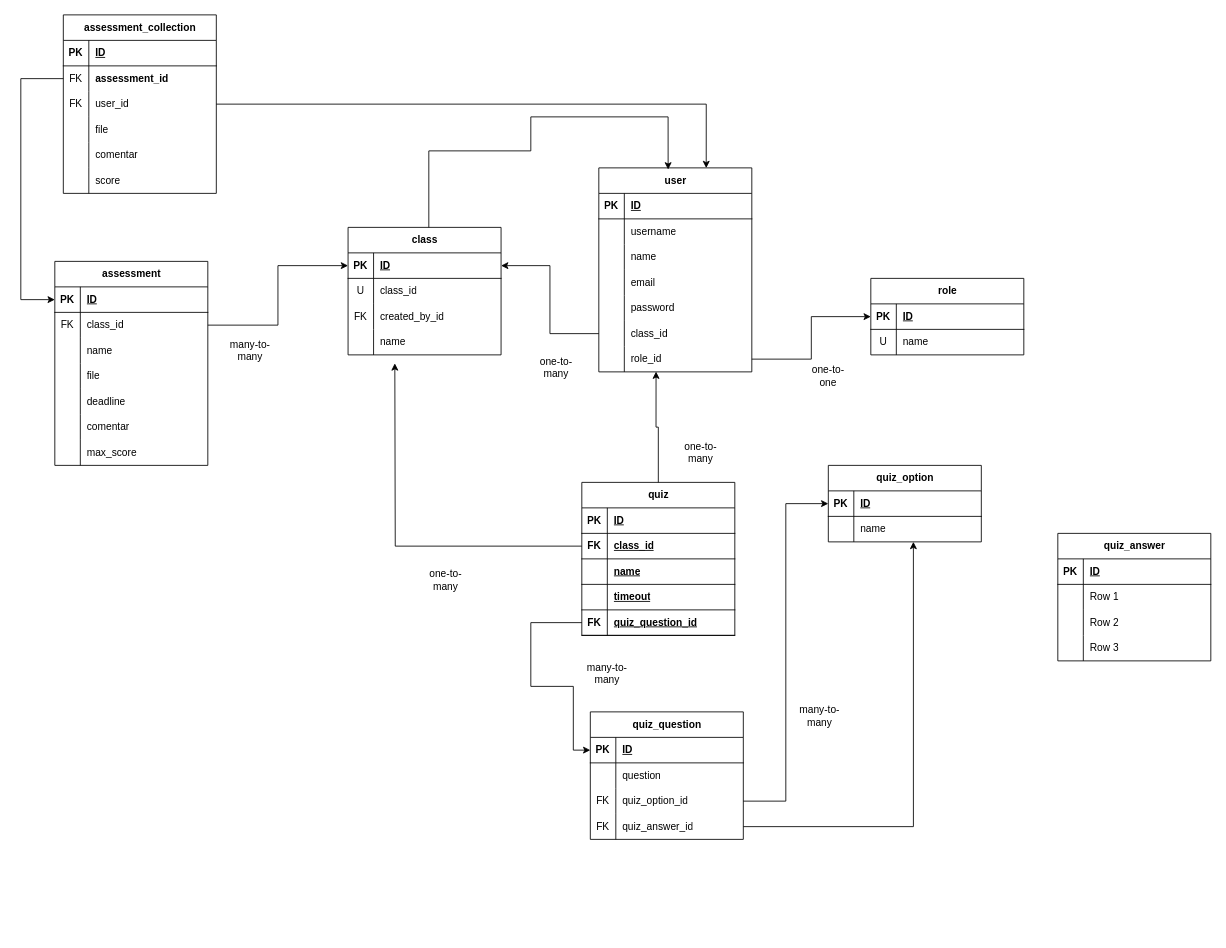
Earlier version of the draw.io diagram docs/relationship.drawio (alf4ridzi/edukarsa). Source tidied: cells renumbered, new cells numbered last; positions are measured from the earlier drawing's top-left corner, leaving out a move shared by most shapes. Both pictures are drawn from the tidied source at 85%, with x=0, y=0 at pixel (20, 14).
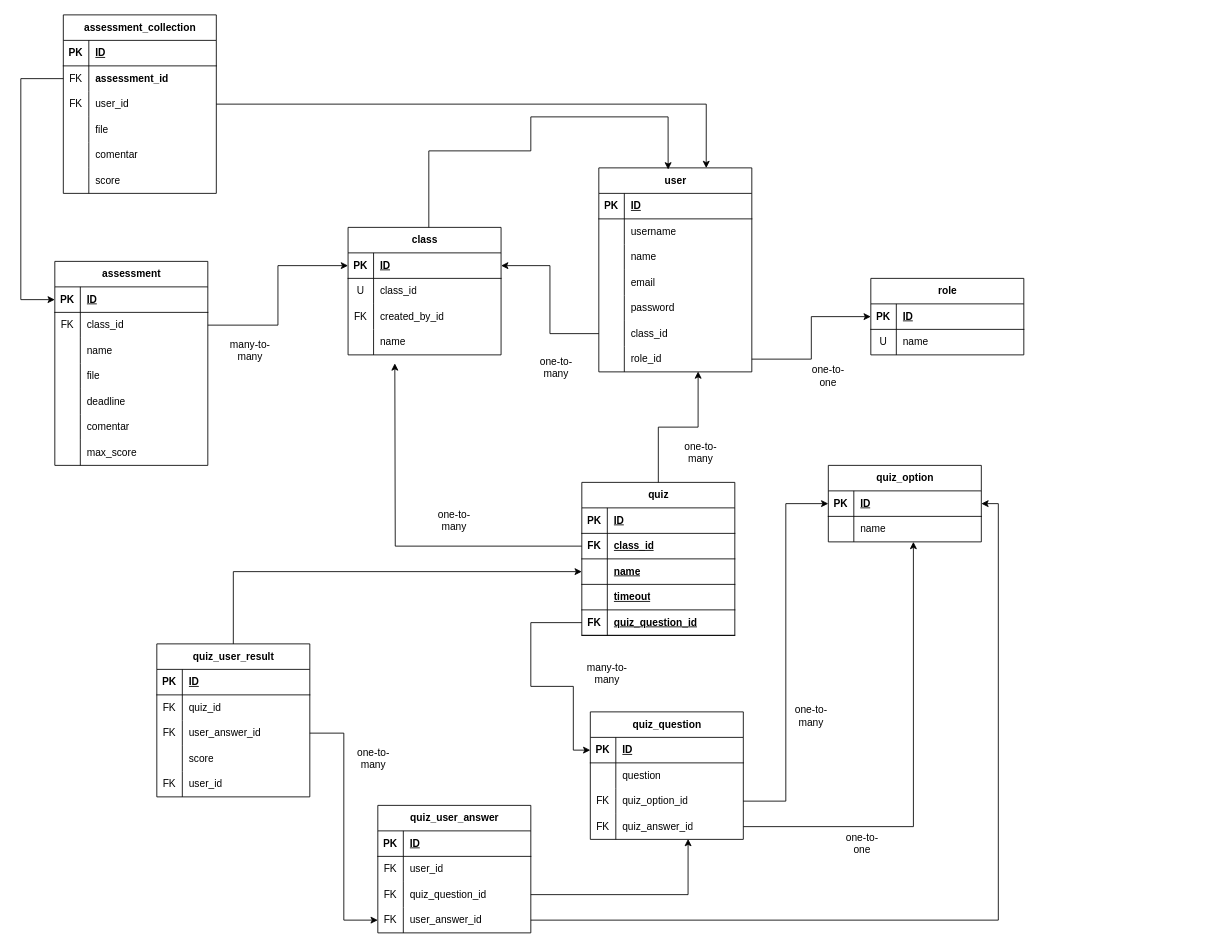
Above is the later version.

Commit message (it also covers changes not shown here):
quiz relationship

Unchanged cells that the change refers to:
```xml
<mxCell id="21" style="shape=tableRow;horizontal=0;startSize=0;swimlaneHead=0;swimlaneBody=0;fillColor=none;points=[[0,0.5],[1,0.5]];portConstraint=eastwest;top=0;left=0;right=0;bottom=0;" parent="2" vertex="1">
  <mxGeometry y="210" width="180" height="30" as="geometry" />
</mxCell>
<mxCell id="74" value="quiz" style="shape=table;startSize=30;childLayout=tableLayout;rowLines=0;fontStyle=1;align=center;html=1;" parent="1" vertex="1">
  <mxGeometry x="660" y="550" width="180" height="180" as="geometry" />
</mxCell>
<mxCell id="81" style="shape=tableRow;horizontal=0;startSize=0;swimlaneHead=0;swimlaneBody=0;fillColor=none;points=[[0,0.5],[1,0.5]];portConstraint=eastwest;top=0;left=0;right=0;bottom=1;" parent="74" vertex="1">
  <mxGeometry y="90" width="180" height="30" as="geometry" />
</mxCell>
<mxCell id="91" style="shape=tableRow;horizontal=0;startSize=0;swimlaneHead=0;swimlaneBody=0;fillColor=none;points=[[0,0.5],[1,0.5]];portConstraint=eastwest;top=0;left=0;right=0;bottom=1;" parent="90" vertex="1">
  <mxGeometry y="30" width="180" height="30" as="geometry" />
</mxCell>
<mxCell id="128" style="shape=tableRow;horizontal=0;startSize=0;swimlaneHead=0;swimlaneBody=0;fillColor=none;top=0;left=0;right=0;bottom=0;" parent="124" vertex="1">
  <mxGeometry y="60" width="180" height="30" as="geometry" />
</mxCell>
<mxCell id="131" style="shape=tableRow;horizontal=0;startSize=0;swimlaneHead=0;swimlaneBody=0;fillColor=none;points=[[0,0.5],[1,0.5]];portConstraint=eastwest;top=0;left=0;right=0;bottom=0;" parent="124" vertex="1">
  <mxGeometry y="90" width="180" height="30" as="geometry" />
</mxCell>
<mxCell id="134" style="shape=tableRow;horizontal=0;startSize=0;swimlaneHead=0;swimlaneBody=0;fillColor=none;points=[[0,0.5],[1,0.5]];portConstraint=eastwest;top=0;left=0;right=0;bottom=0;" parent="124" vertex="1">
  <mxGeometry y="120" width="180" height="30" as="geometry" />
</mxCell>
<mxCell id="148" style="shape=tableRow;horizontal=0;startSize=0;swimlaneHead=0;swimlaneBody=0;fillColor=none;points=[[0,0.5],[1,0.5]];portConstraint=eastwest;top=0;left=0;right=0;bottom=0;" parent="138" vertex="1">
  <mxGeometry y="120" width="180" height="30" as="geometry" />
</mxCell>
```

Change to the diagram source:
```diff
@@
-    <mxCell id="98" style="edgeStyle=orthogonalEdgeStyle;rounded=0;jettySize=auto;html=1;entryX=0.374;entryY=0.989;entryDx=0;entryDy=0;entryPerimeter=0;" parent="1" edge="1" source="74" target="21">
-      <mxGeometry relative="1" as="geometry" />
-    </mxCell>
@@
     <mxCell id="100" value="one-to-many" style="text;html=1;whiteSpace=wrap;strokeColor=none;fillColor=none;align=center;verticalAlign=middle;rounded=0;" parent="1" vertex="1">
-      <mxGeometry x="470" y="650" width="60" height="30" as="geometry" />
+      <mxGeometry x="480" y="580" width="60" height="30" as="geometry" />
     </mxCell>
@@
-    <mxCell id="124" value="quiz_answer" style="shape=table;startSize=30;childLayout=tableLayout;rowLines=0;fontStyle=1;align=center;html=1;" parent="1" vertex="1">
-      <mxGeometry x="1220" y="610" width="180" height="150" as="geometry" />
+    <mxCell id="124" value="quiz_user_answer" style="shape=table;startSize=30;childLayout=tableLayout;rowLines=0;fontStyle=1;align=center;html=1;" parent="1" vertex="1">
+      <mxGeometry x="420" y="930" width="180" height="150" as="geometry" />
     </mxCell>
@@
-    <mxCell id="129" style="shape=partialRectangle;fillColor=none;top=0;left=0;bottom=0;right=0;overflow=hidden;whiteSpace=wrap;html=1;" parent="128" vertex="1">
+    <mxCell id="129" value="FK" style="shape=partialRectangle;fillColor=none;top=0;left=0;bottom=0;right=0;overflow=hidden;whiteSpace=wrap;html=1;" parent="128" vertex="1">
       <mxGeometry width="30" height="30" as="geometry" />
     </mxCell>
-    <mxCell id="130" value="Row 1" style="shape=partialRectangle;fillColor=none;top=0;left=0;bottom=0;right=0;align=left;spacingLeft=6;overflow=hidden;whiteSpace=wrap;html=1;" parent="128" vertex="1">
+    <mxCell id="130" value="user_id" style="shape=partialRectangle;fillColor=none;top=0;left=0;bottom=0;right=0;align=left;spacingLeft=6;overflow=hidden;whiteSpace=wrap;html=1;" parent="128" vertex="1">
       <mxGeometry x="30" width="150" height="30" as="geometry" />
     </mxCell>
@@
-    <mxCell id="132" style="shape=partialRectangle;fillColor=none;top=0;left=0;bottom=0;right=0;overflow=hidden;whiteSpace=wrap;html=1;" parent="131" vertex="1">
+    <mxCell id="132" value="FK" style="shape=partialRectangle;fillColor=none;top=0;left=0;bottom=0;right=0;overflow=hidden;whiteSpace=wrap;html=1;" parent="131" vertex="1">
       <mxGeometry width="30" height="30" as="geometry" />
     </mxCell>
-    <mxCell id="133" value="Row 2" style="shape=partialRectangle;fillColor=none;top=0;left=0;bottom=0;right=0;align=left;spacingLeft=6;overflow=hidden;whiteSpace=wrap;html=1;" parent="131" vertex="1">
+    <mxCell id="133" value="quiz_question_id" style="shape=partialRectangle;fillColor=none;top=0;left=0;bottom=0;right=0;align=left;spacingLeft=6;overflow=hidden;whiteSpace=wrap;html=1;" parent="131" vertex="1">
       <mxGeometry x="30" width="150" height="30" as="geometry" />
     </mxCell>
@@
-    <mxCell id="135" style="shape=partialRectangle;fillColor=none;top=0;left=0;bottom=0;right=0;overflow=hidden;whiteSpace=wrap;html=1;" parent="134" vertex="1">
+    <mxCell id="135" value="FK" style="shape=partialRectangle;fillColor=none;top=0;left=0;bottom=0;right=0;overflow=hidden;whiteSpace=wrap;html=1;" parent="134" vertex="1">
       <mxGeometry width="30" height="30" as="geometry" />
     </mxCell>
-    <mxCell id="136" value="Row 3" style="shape=partialRectangle;fillColor=none;top=0;left=0;bottom=0;right=0;align=left;spacingLeft=6;overflow=hidden;whiteSpace=wrap;html=1;" parent="134" vertex="1">
+    <mxCell id="136" value="user_answer_id" style="shape=partialRectangle;fillColor=none;top=0;left=0;bottom=0;right=0;align=left;spacingLeft=6;overflow=hidden;whiteSpace=wrap;html=1;" parent="134" vertex="1">
       <mxGeometry x="30" width="150" height="30" as="geometry" />
     </mxCell>
@@
-    <mxCell id="152" value="many-to-many" style="text;html=1;whiteSpace=wrap;strokeColor=none;fillColor=none;align=center;verticalAlign=middle;rounded=0;" parent="1" vertex="1">
-      <mxGeometry x="910" y="810" width="60" height="30" as="geometry" />
+    <mxCell id="152" value="one-to-many" style="text;html=1;whiteSpace=wrap;strokeColor=none;fillColor=none;align=center;verticalAlign=middle;rounded=0;" parent="1" vertex="1">
+      <mxGeometry x="900" y="810" width="60" height="30" as="geometry" />
     </mxCell>
@@
+    <mxCell id="156" style="edgeStyle=orthogonalEdgeStyle;rounded=0;jettySize=auto;html=1;entryX=0.639;entryY=0.983;entryDx=0;entryDy=0;entryPerimeter=0;" parent="1" edge="1" source="131" target="148">
+      <mxGeometry relative="1" as="geometry" />
+    </mxCell>
+    <mxCell id="157" value="one-to-one" style="text;html=1;whiteSpace=wrap;strokeColor=none;fillColor=none;align=center;verticalAlign=middle;rounded=0;" parent="1" vertex="1">
+      <mxGeometry x="960" y="960" width="60" height="30" as="geometry" />
+    </mxCell>
+    <mxCell id="158" style="edgeStyle=orthogonalEdgeStyle;rounded=0;jettySize=auto;html=1;entryX=1;entryY=0.5;entryDx=0;entryDy=0;" parent="1" edge="1" source="134" target="91">
+      <mxGeometry relative="1" as="geometry" />
+    </mxCell>
+    <mxCell id="159" style="edgeStyle=orthogonalEdgeStyle;rounded=0;jettySize=auto;html=1;entryX=0;entryY=0.5;entryDx=0;entryDy=0;" parent="1" edge="1" source="160" target="81">
+      <mxGeometry relative="1" as="geometry" />
+    </mxCell>
+    <mxCell id="160" value="quiz_user_result" style="shape=table;startSize=30;childLayout=tableLayout;rowLines=0;fontStyle=1;align=center;html=1;" parent="1" vertex="1">
+      <mxGeometry x="160" y="740" width="180" height="180" as="geometry" />
+    </mxCell>
+    <mxCell id="161" style="shape=tableRow;horizontal=0;startSize=0;swimlaneHead=0;swimlaneBody=0;fillColor=none;top=0;left=0;right=0;bottom=1;" parent="160" vertex="1">
+      <mxGeometry y="30" width="180" height="30" as="geometry" />
+    </mxCell>
+    <mxCell id="162" value="PK" style="shape=partialRectangle;fillColor=none;top=0;left=0;bottom=0;right=0;fontStyle=1;overflow=hidden;whiteSpace=wrap;html=1;" parent="161" vertex="1">
+      <mxGeometry width="30" height="30" as="geometry" />
+    </mxCell>
+    <mxCell id="163" value="ID" style="shape=partialRectangle;fillColor=none;top=0;left=0;bottom=0;right=0;align=left;spacingLeft=6;fontStyle=5;overflow=hidden;whiteSpace=wrap;html=1;" parent="161" vertex="1">
+      <mxGeometry x="30" width="150" height="30" as="geometry" />
+    </mxCell>
+    <mxCell id="164" style="shape=tableRow;horizontal=0;startSize=0;swimlaneHead=0;swimlaneBody=0;fillColor=none;top=0;left=0;right=0;bottom=0;" parent="160" vertex="1">
+      <mxGeometry y="60" width="180" height="30" as="geometry" />
+    </mxCell>
+    <mxCell id="165" value="FK" style="shape=partialRectangle;fillColor=none;top=0;left=0;bottom=0;right=0;overflow=hidden;whiteSpace=wrap;html=1;" parent="164" vertex="1">
+      <mxGeometry width="30" height="30" as="geometry" />
+    </mxCell>
+    <mxCell id="166" value="quiz_id" style="shape=partialRectangle;fillColor=none;top=0;left=0;bottom=0;right=0;align=left;spacingLeft=6;overflow=hidden;whiteSpace=wrap;html=1;" parent="164" vertex="1">
+      <mxGeometry x="30" width="150" height="30" as="geometry" />
+    </mxCell>
+    <mxCell id="167" style="shape=tableRow;horizontal=0;startSize=0;swimlaneHead=0;swimlaneBody=0;fillColor=none;points=[[0,0.5],[1,0.5]];portConstraint=eastwest;top=0;left=0;right=0;bottom=0;" parent="160" vertex="1">
+      <mxGeometry y="90" width="180" height="30" as="geometry" />
+    </mxCell>
+    <mxCell id="168" value="FK" style="shape=partialRectangle;fillColor=none;top=0;left=0;bottom=0;right=0;overflow=hidden;whiteSpace=wrap;html=1;" parent="167" vertex="1">
+      <mxGeometry width="30" height="30" as="geometry" />
+    </mxCell>
+    <mxCell id="169" value="user_answer_id" style="shape=partialRectangle;fillColor=none;top=0;left=0;bottom=0;right=0;align=left;spacingLeft=6;overflow=hidden;whiteSpace=wrap;html=1;" parent="167" vertex="1">
+      <mxGeometry x="30" width="150" height="30" as="geometry" />
+    </mxCell>
+    <mxCell id="170" style="shape=tableRow;horizontal=0;startSize=0;swimlaneHead=0;swimlaneBody=0;fillColor=none;top=0;left=0;right=0;bottom=0;" parent="160" vertex="1">
+      <mxGeometry y="120" width="180" height="30" as="geometry" />
+    </mxCell>
+    <mxCell id="171" style="shape=partialRectangle;fillColor=none;top=0;left=0;bottom=0;right=0;overflow=hidden;whiteSpace=wrap;html=1;" parent="170" vertex="1">
+      <mxGeometry width="30" height="30" as="geometry" />
+    </mxCell>
+    <mxCell id="172" value="score" style="shape=partialRectangle;fillColor=none;top=0;left=0;bottom=0;right=0;align=left;spacingLeft=6;overflow=hidden;whiteSpace=wrap;html=1;" parent="170" vertex="1">
+      <mxGeometry x="30" width="150" height="30" as="geometry" />
+    </mxCell>
+    <mxCell id="173" style="shape=tableRow;horizontal=0;startSize=0;swimlaneHead=0;swimlaneBody=0;fillColor=none;top=0;left=0;right=0;bottom=0;" parent="160" vertex="1">
+      <mxGeometry y="150" width="180" height="30" as="geometry" />
+    </mxCell>
+    <mxCell id="174" value="FK" style="shape=partialRectangle;fillColor=none;top=0;left=0;bottom=0;right=0;overflow=hidden;whiteSpace=wrap;html=1;" parent="173" vertex="1">
+      <mxGeometry width="30" height="30" as="geometry" />
+    </mxCell>
+    <mxCell id="175" value="user_id" style="shape=partialRectangle;fillColor=none;top=0;left=0;bottom=0;right=0;align=left;spacingLeft=6;overflow=hidden;whiteSpace=wrap;html=1;" parent="173" vertex="1">
+      <mxGeometry x="30" width="150" height="30" as="geometry" />
+    </mxCell>
+    <mxCell id="176" style="edgeStyle=orthogonalEdgeStyle;rounded=0;jettySize=auto;html=1;entryX=0;entryY=0.5;entryDx=0;entryDy=0;" parent="1" edge="1" source="167" target="134">
+      <mxGeometry relative="1" as="geometry" />
+    </mxCell>
+    <mxCell id="177" value="one-to-many" style="text;html=1;whiteSpace=wrap;strokeColor=none;fillColor=none;align=center;verticalAlign=middle;rounded=0;" parent="1" vertex="1">
+      <mxGeometry x="385" y="860" width="60" height="30" as="geometry" />
+    </mxCell>
+    <mxCell id="98" style="edgeStyle=orthogonalEdgeStyle;rounded=0;jettySize=auto;html=1;entryX=0.649;entryY=0.983;entryDx=0;entryDy=0;entryPerimeter=0;" parent="1" edge="1" source="74" target="21">
+      <mxGeometry relative="1" as="geometry" />
+    </mxCell>
```
